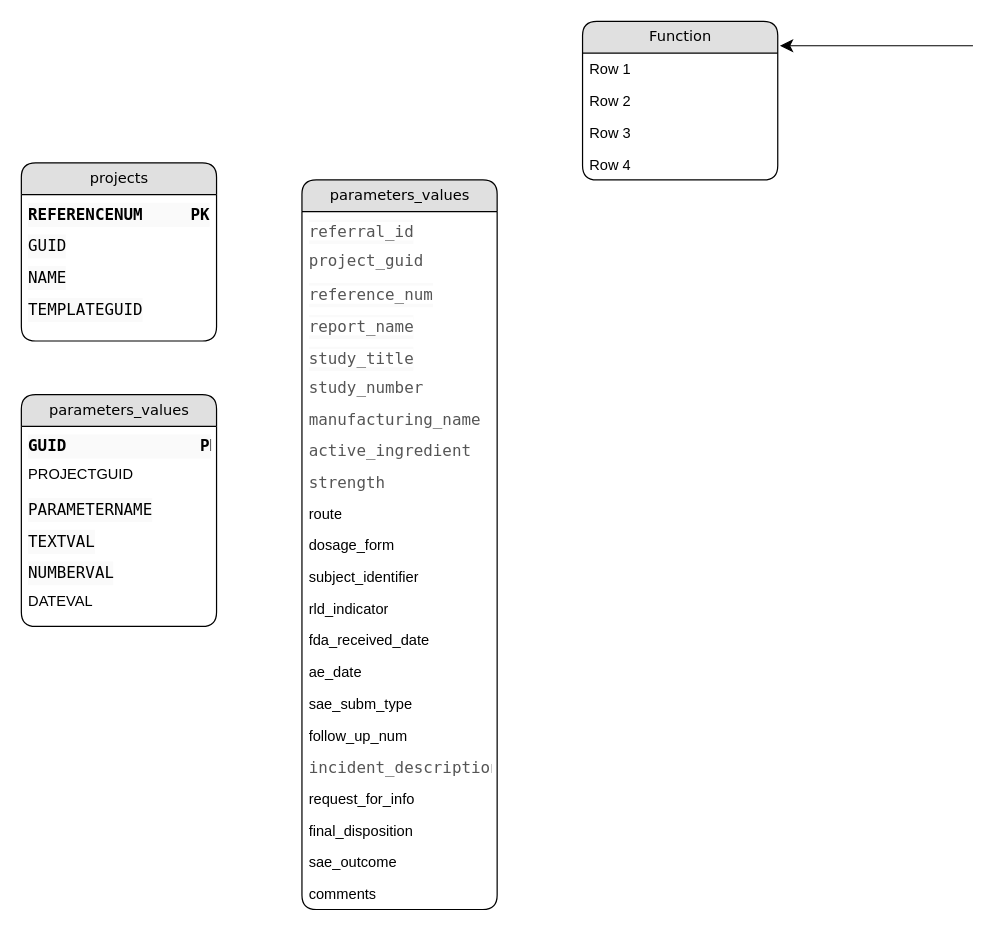
Before: SAE.drawio in musabbirsaeed/eat, a draw.io diagram. Source tidied: cells renumbered, new cells numbered last; positions are measured from the earlier drawing's top-left corner, leaving out a move shared by most shapes. Both pictures are drawn from the tidied source at 122%, with x=0, y=0 at pixel (21, 21).
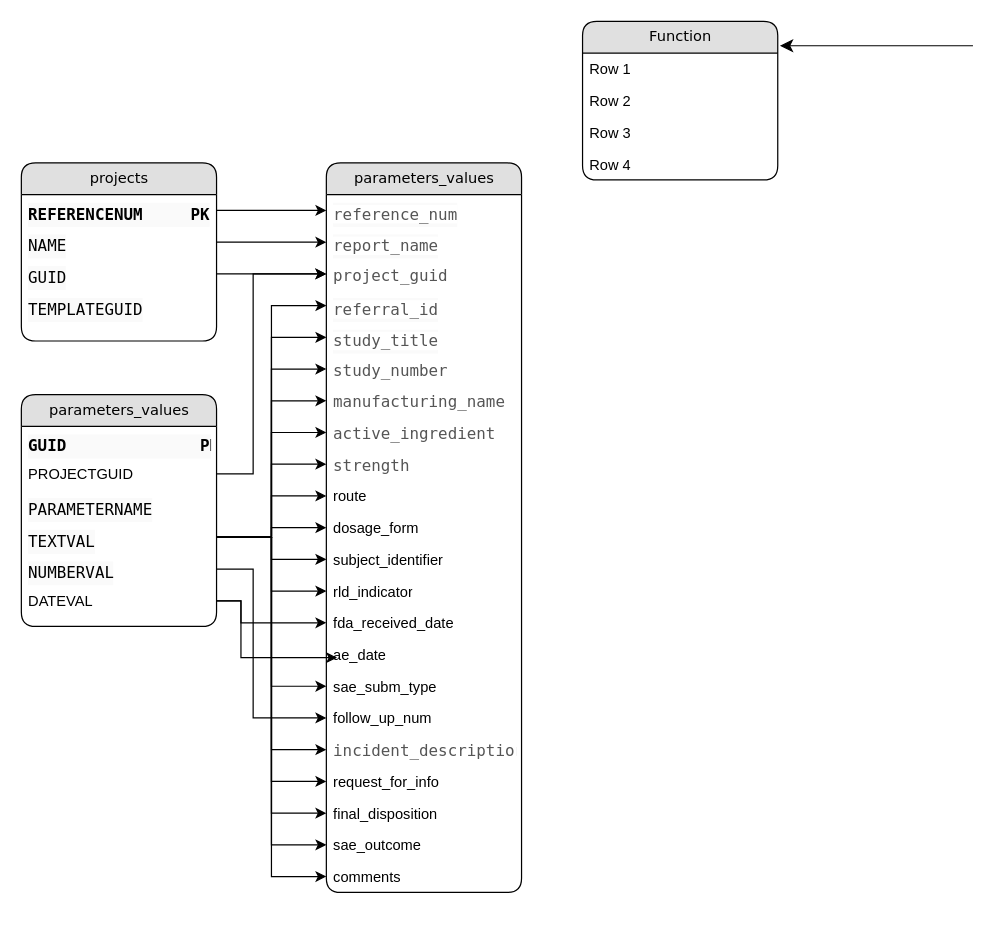
The same page after the edit.

The change refers to these unchanged cells:
```xml
<mxCell id="2" value="projects" style="swimlane;html=1;fontStyle=0;horizontal=1;startSize=26;fillColor=#e0e0e0;swimlaneFillColor=#ffffff;align=center;rounded=1;shadow=0;comic=0;labelBackgroundColor=none;strokeWidth=1;fontFamily=Verdana;fontSize=12;fontColor=#000000;" parent="1" vertex="1">
  <mxGeometry y="116" width="160" height="146" as="geometry" />
</mxCell>
<mxCell id="3" value="&lt;div style=&quot;background-color: rgb(250, 250, 250); font-family: &amp;quot;Source Code Pro&amp;quot;, Menlo, Consolas, monospace, Consolas, &amp;quot;Courier New&amp;quot;, monospace; font-size: 13px; line-height: 20px; white-space: pre;&quot;&gt;&lt;div style=&quot;line-height: 20px;&quot;&gt;&lt;div style=&quot;line-height: 20px;&quot;&gt;&lt;span style=&quot;&quot;&gt;&lt;b&gt;REFERENCENUM     PK&lt;/b&gt;&lt;/span&gt;&lt;/div&gt;&lt;/div&gt;&lt;/div&gt;" style="text;html=1;strokeColor=none;fillColor=none;spacingLeft=4;spacingRight=4;whiteSpace=wrap;overflow=hidden;points=[[0,0.5],[1,0.5]];portConstraint=eastwest;fontColor=default;" parent="2" vertex="1">
  <mxGeometry y="26" width="160" height="26" as="geometry" />
</mxCell>
<mxCell id="15" value="PROJECTGUID" style="text;html=1;strokeColor=none;fillColor=none;spacingLeft=4;spacingRight=4;whiteSpace=wrap;overflow=hidden;points=[[0,0.5],[1,0.5]];portConstraint=eastwest;fontColor=default;" parent="13" vertex="1">
  <mxGeometry y="52" width="160" height="26" as="geometry" />
</mxCell>
<mxCell id="17" value="&lt;div style=&quot;background-color: rgb(250, 250, 250); line-height: 20px;&quot;&gt;&lt;font face=&quot;Source Code Pro, Menlo, Consolas, monospace, Consolas, Courier New, monospace&quot;&gt;&lt;span style=&quot;font-size: 13px; white-space: pre;&quot;&gt;TEXTVAL&lt;/span&gt;&lt;/font&gt;&lt;br&gt;&lt;/div&gt;" style="text;html=1;strokeColor=none;fillColor=none;spacingLeft=4;spacingRight=4;whiteSpace=wrap;overflow=hidden;points=[[0,0.5],[1,0.5]];portConstraint=eastwest;fontColor=default;" parent="13" vertex="1">
  <mxGeometry y="104" width="160" height="26" as="geometry" />
</mxCell>
<mxCell id="18" value="&lt;div style=&quot;background-color: rgb(250, 250, 250); line-height: 20px;&quot;&gt;&lt;font face=&quot;Source Code Pro, Menlo, Consolas, monospace, Consolas, Courier New, monospace&quot;&gt;&lt;span style=&quot;font-size: 13px; white-space: pre;&quot;&gt;NUMBERVAL&lt;/span&gt;&lt;/font&gt;&lt;br&gt;&lt;/div&gt;" style="text;html=1;strokeColor=none;fillColor=none;spacingLeft=4;spacingRight=4;whiteSpace=wrap;overflow=hidden;points=[[0,0.5],[1,0.5]];portConstraint=eastwest;fontColor=default;" parent="13" vertex="1">
  <mxGeometry y="130" width="160" height="26" as="geometry" />
</mxCell>
<mxCell id="19" value="DATEVAL" style="text;html=1;strokeColor=none;fillColor=none;spacingLeft=4;spacingRight=4;whiteSpace=wrap;overflow=hidden;points=[[0,0.5],[1,0.5]];portConstraint=eastwest;fontColor=default;" parent="13" vertex="1">
  <mxGeometry y="156" width="160" height="26" as="geometry" />
</mxCell>
<mxCell id="25" value="&lt;div style=&quot;background-color: rgb(250, 250, 250); line-height: 20px;&quot;&gt;&lt;span style=&quot;color: rgb(85, 85, 85); font-family: &amp;quot;Source Code Pro&amp;quot;, Menlo, Consolas, monospace; font-size: 13px; white-space-collapse: preserve; background-color: rgb(255, 255, 255);&quot;&gt;study_title&lt;/span&gt;&lt;br&gt;&lt;/div&gt;" style="text;html=1;strokeColor=none;fillColor=none;spacingLeft=4;spacingRight=4;whiteSpace=wrap;overflow=hidden;points=[[0,0.5],[1,0.5]];portConstraint=eastwest;fontColor=default;" parent="20" vertex="1">
  <mxGeometry y="130" width="160" height="26" as="geometry" />
</mxCell>
<mxCell id="26" value="&lt;span style=&quot;color: rgb(85, 85, 85); font-family: &amp;quot;Source Code Pro&amp;quot;, Menlo, Consolas, monospace; font-size: 13px; white-space-collapse: preserve; background-color: rgb(255, 255, 255);&quot;&gt;study_number&lt;/span&gt;" style="text;html=1;strokeColor=none;fillColor=none;spacingLeft=4;spacingRight=4;whiteSpace=wrap;overflow=hidden;points=[[0,0.5],[1,0.5]];portConstraint=eastwest;fontColor=default;" parent="20" vertex="1">
  <mxGeometry y="156" width="160" height="26" as="geometry" />
</mxCell>
<mxCell id="27" value="&lt;span style=&quot;color: rgb(85, 85, 85); font-family: &amp;quot;Source Code Pro&amp;quot;, Menlo, Consolas, monospace; font-size: 13px; white-space-collapse: preserve; background-color: rgb(255, 255, 255);&quot;&gt;manufacturing_name&lt;/span&gt;" style="text;html=1;strokeColor=none;fillColor=none;spacingLeft=4;spacingRight=4;whiteSpace=wrap;overflow=hidden;points=[[0,0.5],[1,0.5]];portConstraint=eastwest;fontColor=default;" parent="20" vertex="1">
  <mxGeometry y="182" width="160" height="26" as="geometry" />
</mxCell>
<mxCell id="28" value="&lt;span style=&quot;color: rgb(85, 85, 85); font-family: &amp;quot;Source Code Pro&amp;quot;, Menlo, Consolas, monospace; font-size: 13px; white-space-collapse: preserve; background-color: rgb(255, 255, 255);&quot;&gt;active_ingredient&lt;/span&gt;" style="text;html=1;strokeColor=none;fillColor=none;spacingLeft=4;spacingRight=4;whiteSpace=wrap;overflow=hidden;points=[[0,0.5],[1,0.5]];portConstraint=eastwest;fontColor=default;" parent="20" vertex="1">
  <mxGeometry y="208" width="160" height="26" as="geometry" />
</mxCell>
<mxCell id="29" value="&lt;span style=&quot;color: rgb(85, 85, 85); font-family: &amp;quot;Source Code Pro&amp;quot;, Menlo, Consolas, monospace; font-size: 13px; white-space-collapse: preserve; background-color: rgb(255, 255, 255);&quot;&gt;strength&lt;/span&gt;" style="text;html=1;strokeColor=none;fillColor=none;spacingLeft=4;spacingRight=4;whiteSpace=wrap;overflow=hidden;points=[[0,0.5],[1,0.5]];portConstraint=eastwest;fontColor=default;" parent="20" vertex="1">
  <mxGeometry y="234" width="160" height="26" as="geometry" />
</mxCell>
<mxCell id="30" value="route" style="text;html=1;strokeColor=none;fillColor=none;spacingLeft=4;spacingRight=4;whiteSpace=wrap;overflow=hidden;points=[[0,0.5],[1,0.5]];portConstraint=eastwest;fontColor=default;" parent="20" vertex="1">
  <mxGeometry y="260" width="160" height="26" as="geometry" />
</mxCell>
<mxCell id="31" value="dosage_form" style="text;html=1;strokeColor=none;fillColor=none;spacingLeft=4;spacingRight=4;whiteSpace=wrap;overflow=hidden;points=[[0,0.5],[1,0.5]];portConstraint=eastwest;fontColor=default;" parent="20" vertex="1">
  <mxGeometry y="286" width="160" height="26" as="geometry" />
</mxCell>
<mxCell id="32" value="subject_identifier" style="text;html=1;strokeColor=none;fillColor=none;spacingLeft=4;spacingRight=4;whiteSpace=wrap;overflow=hidden;points=[[0,0.5],[1,0.5]];portConstraint=eastwest;fontColor=default;" parent="20" vertex="1">
  <mxGeometry y="312" width="160" height="26" as="geometry" />
</mxCell>
<mxCell id="33" value="rld_indicator" style="text;html=1;strokeColor=none;fillColor=none;spacingLeft=4;spacingRight=4;whiteSpace=wrap;overflow=hidden;points=[[0,0.5],[1,0.5]];portConstraint=eastwest;fontColor=default;" parent="20" vertex="1">
  <mxGeometry y="338" width="160" height="26" as="geometry" />
</mxCell>
<mxCell id="34" value="fda_received_date" style="text;html=1;strokeColor=none;fillColor=none;spacingLeft=4;spacingRight=4;whiteSpace=wrap;overflow=hidden;points=[[0,0.5],[1,0.5]];portConstraint=eastwest;fontColor=default;" parent="20" vertex="1">
  <mxGeometry y="364" width="160" height="26" as="geometry" />
</mxCell>
<mxCell id="35" value="ae_date" style="text;html=1;strokeColor=none;fillColor=none;spacingLeft=4;spacingRight=4;whiteSpace=wrap;overflow=hidden;points=[[0,0.5],[1,0.5]];portConstraint=eastwest;fontColor=default;" parent="20" vertex="1">
  <mxGeometry y="390" width="160" height="26" as="geometry" />
</mxCell>
<mxCell id="36" value="sae_subm_type" style="text;html=1;strokeColor=none;fillColor=none;spacingLeft=4;spacingRight=4;whiteSpace=wrap;overflow=hidden;points=[[0,0.5],[1,0.5]];portConstraint=eastwest;fontColor=default;" parent="20" vertex="1">
  <mxGeometry y="416" width="160" height="26" as="geometry" />
</mxCell>
<mxCell id="37" value="follow_up_num" style="text;html=1;strokeColor=none;fillColor=none;spacingLeft=4;spacingRight=4;whiteSpace=wrap;overflow=hidden;points=[[0,0.5],[1,0.5]];portConstraint=eastwest;fontColor=default;" parent="20" vertex="1">
  <mxGeometry y="442" width="160" height="26" as="geometry" />
</mxCell>
<mxCell id="38" value="&lt;span style=&quot;color: rgb(85, 85, 85); font-family: &amp;quot;Source Code Pro&amp;quot;, Menlo, Consolas, monospace; font-size: 13px; white-space-collapse: preserve; background-color: rgb(255, 255, 255);&quot;&gt;incident_description&lt;/span&gt;" style="text;html=1;strokeColor=none;fillColor=none;spacingLeft=4;spacingRight=4;whiteSpace=wrap;overflow=hidden;points=[[0,0.5],[1,0.5]];portConstraint=eastwest;fontColor=default;" parent="20" vertex="1">
  <mxGeometry y="468" width="160" height="26" as="geometry" />
</mxCell>
<mxCell id="39" value="request_for_info" style="text;html=1;strokeColor=none;fillColor=none;spacingLeft=4;spacingRight=4;whiteSpace=wrap;overflow=hidden;points=[[0,0.5],[1,0.5]];portConstraint=eastwest;fontColor=default;" parent="20" vertex="1">
  <mxGeometry y="494" width="160" height="26" as="geometry" />
</mxCell>
<mxCell id="40" value="final_disposition" style="text;html=1;strokeColor=none;fillColor=none;spacingLeft=4;spacingRight=4;whiteSpace=wrap;overflow=hidden;points=[[0,0.5],[1,0.5]];portConstraint=eastwest;fontColor=default;" parent="20" vertex="1">
  <mxGeometry y="520" width="160" height="26" as="geometry" />
</mxCell>
<mxCell id="41" value="sae_outcome" style="text;html=1;strokeColor=none;fillColor=none;spacingLeft=4;spacingRight=4;whiteSpace=wrap;overflow=hidden;points=[[0,0.5],[1,0.5]];portConstraint=eastwest;fontColor=default;" parent="20" vertex="1">
  <mxGeometry y="546" width="160" height="26" as="geometry" />
</mxCell>
<mxCell id="42" value="comments" style="text;html=1;strokeColor=none;fillColor=none;spacingLeft=4;spacingRight=4;whiteSpace=wrap;overflow=hidden;points=[[0,0.5],[1,0.5]];portConstraint=eastwest;fontColor=default;" parent="20" vertex="1">
  <mxGeometry y="572" width="160" height="26" as="geometry" />
</mxCell>
```

Change to the diagram source:
```diff
@@
+    <mxCell id="5" value="&lt;div style=&quot;background-color: rgb(250, 250, 250); font-family: &amp;quot;Source Code Pro&amp;quot;, Menlo, Consolas, monospace, Consolas, &amp;quot;Courier New&amp;quot;, monospace; font-size: 13px; line-height: 20px; white-space: pre;&quot;&gt;&lt;span style=&quot;&quot;&gt;NAME&lt;/span&gt;&lt;/div&gt;" style="text;html=1;strokeColor=none;fillColor=none;spacingLeft=4;spacingRight=4;whiteSpace=wrap;overflow=hidden;points=[[0,0.5],[1,0.5]];portConstraint=eastwest;fontColor=default;" parent="2" vertex="1">
+      <mxGeometry y="52" width="160" height="26" as="geometry" />
+    </mxCell>
     <mxCell id="4" value="&lt;div style=&quot;background-color: rgb(250, 250, 250); font-family: &amp;quot;Source Code Pro&amp;quot;, Menlo, Consolas, monospace, Consolas, &amp;quot;Courier New&amp;quot;, monospace; font-size: 13px; line-height: 20px; white-space: pre;&quot;&gt;&lt;span style=&quot;&quot;&gt;GUID&lt;/span&gt;&lt;/div&gt;" style="text;html=1;strokeColor=none;fillColor=none;spacingLeft=4;spacingRight=4;whiteSpace=wrap;overflow=hidden;points=[[0,0.5],[1,0.5]];portConstraint=eastwest;fontColor=default;" parent="2" vertex="1">
-      <mxGeometry y="52" width="160" height="26" as="geometry" />
+      <mxGeometry y="78" width="160" height="26" as="geometry" />
     </mxCell>
-    <mxCell id="5" value="&lt;div style=&quot;background-color: rgb(250, 250, 250); font-family: &amp;quot;Source Code Pro&amp;quot;, Menlo, Consolas, monospace, Consolas, &amp;quot;Courier New&amp;quot;, monospace; font-size: 13px; line-height: 20px; white-space: pre;&quot;&gt;&lt;span style=&quot;&quot;&gt;NAME&lt;/span&gt;&lt;/div&gt;" style="text;html=1;strokeColor=none;fillColor=none;spacingLeft=4;spacingRight=4;whiteSpace=wrap;overflow=hidden;points=[[0,0.5],[1,0.5]];portConstraint=eastwest;fontColor=default;" parent="2" vertex="1">
-      <mxGeometry y="78" width="160" height="26" as="geometry" />
-    </mxCell>
@@
     <mxCell id="20" value="parameters_values" style="swimlane;html=1;fontStyle=0;horizontal=1;startSize=26;fillColor=#e0e0e0;swimlaneFillColor=#ffffff;align=center;rounded=1;shadow=0;comic=0;labelBackgroundColor=none;strokeWidth=1;fontFamily=Verdana;fontSize=12;fontColor=#000000;" parent="1" vertex="1">
-      <mxGeometry x="230" y="130" width="160" height="598" as="geometry" />
+      <mxGeometry x="250" y="116" width="160" height="598" as="geometry" />
     </mxCell>
-    <mxCell id="21" value="&lt;div style=&quot;background-color: rgb(250, 250, 250); font-family: &amp;quot;Source Code Pro&amp;quot;, Menlo, Consolas, monospace, Consolas, &amp;quot;Courier New&amp;quot;, monospace; font-size: 13px; line-height: 20px; white-space: pre;&quot;&gt;&lt;div style=&quot;line-height: 20px;&quot;&gt;&lt;div style=&quot;line-height: 20px;&quot;&gt;&lt;span style=&quot;color: rgb(85, 85, 85); font-family: &amp;quot;Source Code Pro&amp;quot;, Menlo, Consolas, monospace; text-wrap: wrap; background-color: rgb(255, 255, 255);&quot;&gt;referral_id&lt;/span&gt;&lt;br&gt;&lt;/div&gt;&lt;/div&gt;&lt;/div&gt;" style="text;html=1;strokeColor=none;fillColor=none;spacingLeft=4;spacingRight=4;whiteSpace=wrap;overflow=hidden;points=[[0,0.5],[1,0.5]];portConstraint=eastwest;fontColor=default;" parent="20" vertex="1">
-      <mxGeometry y="26" width="160" height="26" as="geometry" />
-    </mxCell>
-    <mxCell id="22" value="&lt;span style=&quot;color: rgb(85, 85, 85); font-family: &amp;quot;Source Code Pro&amp;quot;, Menlo, Consolas, monospace; font-size: 13px; white-space-collapse: preserve; background-color: rgb(255, 255, 255);&quot;&gt;project_guid&lt;/span&gt;" style="text;html=1;strokeColor=none;fillColor=none;spacingLeft=4;spacingRight=4;whiteSpace=wrap;overflow=hidden;points=[[0,0.5],[1,0.5]];portConstraint=eastwest;fontColor=default;" parent="20" vertex="1">
-      <mxGeometry y="52" width="160" height="26" as="geometry" />
-    </mxCell>
     <mxCell id="23" value="&lt;div style=&quot;background-color: rgb(250, 250, 250); line-height: 20px;&quot;&gt;&lt;div style=&quot;line-height: 20px;&quot;&gt;&lt;span style=&quot;color: rgb(85, 85, 85); font-family: &amp;quot;Source Code Pro&amp;quot;, Menlo, Consolas, monospace; font-size: 13px; white-space-collapse: preserve; background-color: rgb(255, 255, 255);&quot;&gt;reference_num&lt;/span&gt;&lt;br&gt;&lt;/div&gt;&lt;/div&gt;" style="text;html=1;strokeColor=none;fillColor=none;spacingLeft=4;spacingRight=4;whiteSpace=wrap;overflow=hidden;points=[[0,0.5],[1,0.5]];portConstraint=eastwest;fontColor=#000000;" parent="20" vertex="1">
-      <mxGeometry y="78" width="160" height="26" as="geometry" />
+      <mxGeometry y="26" width="160" height="26" as="geometry" />
     </mxCell>
     <mxCell id="24" value="&lt;div style=&quot;background-color: rgb(250, 250, 250); line-height: 20px;&quot;&gt;&lt;span style=&quot;color: rgb(85, 85, 85); font-family: &amp;quot;Source Code Pro&amp;quot;, Menlo, Consolas, monospace; font-size: 13px; white-space-collapse: preserve; background-color: rgb(255, 255, 255);&quot;&gt;report_name&lt;/span&gt;&lt;br&gt;&lt;/div&gt;" style="text;html=1;strokeColor=none;fillColor=none;spacingLeft=4;spacingRight=4;whiteSpace=wrap;overflow=hidden;points=[[0,0.5],[1,0.5]];portConstraint=eastwest;fontColor=default;" parent="20" vertex="1">
-      <mxGeometry y="104" width="160" height="26" as="geometry" />
+      <mxGeometry y="52" width="160" height="26" as="geometry" />
     </mxCell>
+    <mxCell id="22" value="&lt;span style=&quot;color: rgb(85, 85, 85); font-family: &amp;quot;Source Code Pro&amp;quot;, Menlo, Consolas, monospace; font-size: 13px; white-space-collapse: preserve; background-color: rgb(255, 255, 255);&quot;&gt;project_guid&lt;/span&gt;" style="text;html=1;strokeColor=none;fillColor=none;spacingLeft=4;spacingRight=4;whiteSpace=wrap;overflow=hidden;points=[[0,0.5],[1,0.5]];portConstraint=eastwest;fontColor=default;" parent="20" vertex="1">
+      <mxGeometry y="78" width="160" height="26" as="geometry" />
+    </mxCell>
+    <mxCell id="21" value="&lt;div style=&quot;background-color: rgb(250, 250, 250); font-family: &amp;quot;Source Code Pro&amp;quot;, Menlo, Consolas, monospace, Consolas, &amp;quot;Courier New&amp;quot;, monospace; font-size: 13px; line-height: 20px; white-space: pre;&quot;&gt;&lt;div style=&quot;line-height: 20px;&quot;&gt;&lt;div style=&quot;line-height: 20px;&quot;&gt;&lt;span style=&quot;color: rgb(85, 85, 85); font-family: &amp;quot;Source Code Pro&amp;quot;, Menlo, Consolas, monospace; text-wrap: wrap; background-color: rgb(255, 255, 255);&quot;&gt;referral_id&lt;/span&gt;&lt;br&gt;&lt;/div&gt;&lt;/div&gt;&lt;/div&gt;" style="text;html=1;strokeColor=none;fillColor=none;spacingLeft=4;spacingRight=4;whiteSpace=wrap;overflow=hidden;points=[[0,0.5],[1,0.5]];portConstraint=eastwest;fontColor=default;" parent="20" vertex="1">
+      <mxGeometry y="104" width="160" height="26" as="geometry" />
+    </mxCell>
@@
+    <mxCell id="43" style="edgeStyle=orthogonalEdgeStyle;rounded=0;jettySize=auto;html=1;exitX=1;exitY=0.5;exitDx=0;exitDy=0;entryX=0;entryY=0.5;entryDx=0;entryDy=0;" parent="1" edge="1" source="4" target="22">
+      <mxGeometry relative="1" as="geometry" />
+    </mxCell>
+    <mxCell id="44" style="edgeStyle=orthogonalEdgeStyle;rounded=0;jettySize=auto;html=1;exitX=1;exitY=0.5;exitDx=0;exitDy=0;entryX=0;entryY=0.5;entryDx=0;entryDy=0;" parent="1" edge="1" source="15" target="22">
+      <mxGeometry relative="1" as="geometry">
+        <Array as="points">
+          <mxPoint x="190" y="371" />
+          <mxPoint x="190" y="207" />
+        </Array>
+      </mxGeometry>
+    </mxCell>
+    <mxCell id="45" style="edgeStyle=orthogonalEdgeStyle;rounded=0;jettySize=auto;html=1;exitX=1;exitY=0.5;exitDx=0;exitDy=0;entryX=0;entryY=0.5;entryDx=0;entryDy=0;" parent="1" edge="1" source="3" target="23">
+      <mxGeometry relative="1" as="geometry" />
+    </mxCell>
+    <mxCell id="46" style="edgeStyle=orthogonalEdgeStyle;rounded=0;jettySize=auto;html=1;exitX=1;exitY=0.5;exitDx=0;exitDy=0;entryX=0;entryY=0.5;entryDx=0;entryDy=0;" parent="1" edge="1" source="5" target="24">
+      <mxGeometry relative="1" as="geometry" />
+    </mxCell>
+    <mxCell id="47" style="edgeStyle=orthogonalEdgeStyle;rounded=0;jettySize=auto;html=1;exitX=1;exitY=0.5;exitDx=0;exitDy=0;entryX=0;entryY=0.5;entryDx=0;entryDy=0;" parent="1" edge="1" source="17" target="26">
+      <mxGeometry relative="1" as="geometry" />
+    </mxCell>
+    <mxCell id="48" style="edgeStyle=orthogonalEdgeStyle;rounded=0;jettySize=auto;html=1;exitX=1;exitY=0.5;exitDx=0;exitDy=0;" parent="1" edge="1" source="17" target="28">
+      <mxGeometry relative="1" as="geometry" />
+    </mxCell>
+    <mxCell id="49" style="edgeStyle=orthogonalEdgeStyle;rounded=0;jettySize=auto;html=1;exitX=1;exitY=0.5;exitDx=0;exitDy=0;" parent="1" edge="1" source="17" target="29">
+      <mxGeometry relative="1" as="geometry" />
+    </mxCell>
+    <mxCell id="50" style="edgeStyle=orthogonalEdgeStyle;rounded=0;jettySize=auto;html=1;exitX=1;exitY=0.5;exitDx=0;exitDy=0;" parent="1" edge="1" source="17" target="30">
+      <mxGeometry relative="1" as="geometry" />
+    </mxCell>
+    <mxCell id="51" style="edgeStyle=orthogonalEdgeStyle;rounded=0;jettySize=auto;html=1;exitX=1;exitY=0.5;exitDx=0;exitDy=0;entryX=0;entryY=0.5;entryDx=0;entryDy=0;" parent="1" edge="1" source="17" target="31">
+      <mxGeometry relative="1" as="geometry" />
+    </mxCell>
+    <mxCell id="52" style="edgeStyle=orthogonalEdgeStyle;rounded=0;jettySize=auto;html=1;exitX=1;exitY=0.5;exitDx=0;exitDy=0;entryX=0;entryY=0.5;entryDx=0;entryDy=0;" parent="1" edge="1" source="17" target="32">
+      <mxGeometry relative="1" as="geometry" />
+    </mxCell>
+    <mxCell id="53" style="edgeStyle=orthogonalEdgeStyle;rounded=0;jettySize=auto;html=1;exitX=1;exitY=0.5;exitDx=0;exitDy=0;entryX=0;entryY=0.5;entryDx=0;entryDy=0;" parent="1" edge="1" source="17" target="33">
+      <mxGeometry relative="1" as="geometry" />
+    </mxCell>
+    <mxCell id="54" style="edgeStyle=orthogonalEdgeStyle;rounded=0;jettySize=auto;html=1;exitX=1;exitY=0.5;exitDx=0;exitDy=0;entryX=0;entryY=0.5;entryDx=0;entryDy=0;" parent="1" edge="1" source="17" target="36">
+      <mxGeometry relative="1" as="geometry" />
+    </mxCell>
+    <mxCell id="55" style="edgeStyle=orthogonalEdgeStyle;rounded=0;jettySize=auto;html=1;exitX=1;exitY=0.5;exitDx=0;exitDy=0;entryX=0;entryY=0.5;entryDx=0;entryDy=0;" parent="1" edge="1" source="17" target="38">
+      <mxGeometry relative="1" as="geometry" />
+    </mxCell>
+    <mxCell id="56" style="edgeStyle=orthogonalEdgeStyle;rounded=0;jettySize=auto;html=1;exitX=1;exitY=0.5;exitDx=0;exitDy=0;" parent="1" edge="1" source="17" target="25">
+      <mxGeometry relative="1" as="geometry" />
+    </mxCell>
+    <mxCell id="57" style="edgeStyle=orthogonalEdgeStyle;rounded=0;jettySize=auto;html=1;exitX=1;exitY=0.5;exitDx=0;exitDy=0;" parent="1" edge="1" source="17" target="39">
+      <mxGeometry relative="1" as="geometry" />
+    </mxCell>
+    <mxCell id="58" style="edgeStyle=orthogonalEdgeStyle;rounded=0;jettySize=auto;html=1;exitX=1;exitY=0.5;exitDx=0;exitDy=0;" parent="1" edge="1" source="17" target="40">
+      <mxGeometry relative="1" as="geometry" />
+    </mxCell>
+    <mxCell id="59" style="edgeStyle=orthogonalEdgeStyle;rounded=0;jettySize=auto;html=1;exitX=1;exitY=0.5;exitDx=0;exitDy=0;" parent="1" edge="1" source="17" target="41">
+      <mxGeometry relative="1" as="geometry" />
+    </mxCell>
+    <mxCell id="60" style="edgeStyle=orthogonalEdgeStyle;rounded=0;jettySize=auto;html=1;exitX=1;exitY=0.5;exitDx=0;exitDy=0;entryX=0;entryY=0.5;entryDx=0;entryDy=0;" parent="1" edge="1" source="17" target="42">
+      <mxGeometry relative="1" as="geometry" />
+    </mxCell>
+    <mxCell id="61" style="edgeStyle=orthogonalEdgeStyle;rounded=0;jettySize=auto;html=1;exitX=1;exitY=0.5;exitDx=0;exitDy=0;entryX=0;entryY=0.5;entryDx=0;entryDy=0;" parent="1" edge="1" source="17" target="27">
+      <mxGeometry relative="1" as="geometry" />
+    </mxCell>
+    <mxCell id="62" style="edgeStyle=orthogonalEdgeStyle;rounded=0;jettySize=auto;html=1;exitX=1;exitY=0.5;exitDx=0;exitDy=0;entryX=0;entryY=0.5;entryDx=0;entryDy=0;" parent="1" edge="1" source="17" target="21">
+      <mxGeometry relative="1" as="geometry" />
+    </mxCell>
+    <mxCell id="63" style="edgeStyle=orthogonalEdgeStyle;rounded=0;jettySize=auto;html=1;exitX=1;exitY=0.5;exitDx=0;exitDy=0;entryX=0;entryY=0.5;entryDx=0;entryDy=0;" parent="1" edge="1" source="19" target="34">
+      <mxGeometry relative="1" as="geometry">
+        <Array as="points">
+          <mxPoint x="180" y="475" />
+          <mxPoint x="180" y="493" />
+        </Array>
+      </mxGeometry>
+    </mxCell>
+    <mxCell id="64" style="edgeStyle=orthogonalEdgeStyle;rounded=0;jettySize=auto;html=1;exitX=1;exitY=0.5;exitDx=0;exitDy=0;entryX=0.055;entryY=0.6;entryDx=0;entryDy=0;entryPerimeter=0;" parent="1" edge="1" source="19" target="35">
+      <mxGeometry relative="1" as="geometry">
+        <Array as="points">
+          <mxPoint x="180" y="475" />
+          <mxPoint x="180" y="522" />
+        </Array>
+      </mxGeometry>
+    </mxCell>
+    <mxCell id="65" style="edgeStyle=orthogonalEdgeStyle;rounded=0;jettySize=auto;html=1;exitX=1;exitY=0.5;exitDx=0;exitDy=0;entryX=0;entryY=0.5;entryDx=0;entryDy=0;" parent="1" edge="1" source="18" target="37">
+      <mxGeometry relative="1" as="geometry">
+        <Array as="points">
+          <mxPoint x="190" y="449" />
+          <mxPoint x="190" y="571" />
+        </Array>
+      </mxGeometry>
+    </mxCell>
+    <mxCell id="66" style="ellipse;whiteSpace=wrap;html=1;align=center;fillColor=none;strokeColor=none;perimeter=centerPerimeter;" parent="1" vertex="1">
+      <mxGeometry x="535" y="496" width="10" height="10" as="geometry" />
+    </mxCell>
```
